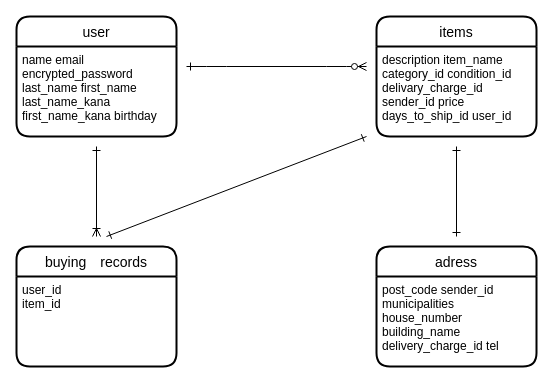
The draw.io diagram furima.dio in tatsuro0329/furima-39634, before the edit. Source tidied: cells renumbered, new cells numbered last; positions are measured from the earlier drawing's top-left corner, leaving out a move shared by most shapes. Both pictures are drawn from the tidied source at 100%, with x=0, y=0 at pixel (16, 16).
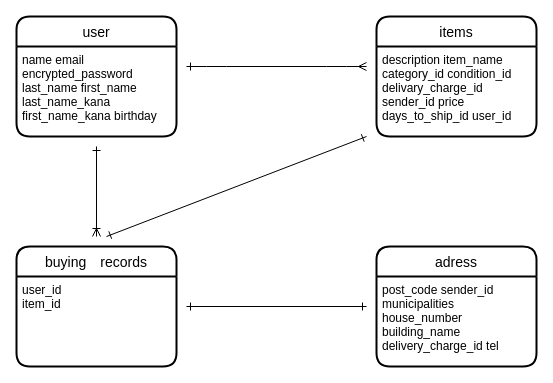
The same page after the edit.

The edit, as a diff of the source:
```diff
@@
 <mxGraphModel>
   <root>
     <mxCell id="0" />
     <mxCell id="1" parent="0" />
     <mxCell id="2" value="user" style="swimlane;horizontal=1;startSize=30;rounded=1;fontSize=14;fontStyle=0;strokeWidth=2;shadow=0;dashed=0;align=center;" parent="1" vertex="1">
       <mxGeometry width="160" height="120" as="geometry" />
     </mxCell>
     <mxCell id="3" value="name email&#10;encrypted_password&#10;last_name first_name&#10;last_name_kana&#10;first_name_kana birthday" style="align=left;strokeColor=none;fillColor=none;spacingLeft=4;fontSize=12;verticalAlign=top;" parent="2" vertex="1">
       <mxGeometry y="30" width="160" height="90" as="geometry" />
     </mxCell>
     <mxCell id="4" value="items" style="swimlane;horizontal=1;startSize=30;rounded=1;fontSize=14;fontStyle=0;strokeWidth=2;shadow=0;dashed=0;align=center;" parent="1" vertex="1">
       <mxGeometry x="360" width="160" height="120" as="geometry" />
     </mxCell>
     <mxCell id="5" value="description item_name&#10;category_id condition_id&#10;delivary_charge_id&#10;sender_id price&#10;days_to_ship_id user_id" style="align=left;strokeColor=none;fillColor=none;spacingLeft=4;fontSize=12;verticalAlign=top;" parent="4" vertex="1">
       <mxGeometry y="30" width="160" height="90" as="geometry" />
     </mxCell>
     <mxCell id="6" value="buying　records" style="swimlane;horizontal=1;startSize=30;rounded=1;fontSize=14;fontStyle=0;strokeWidth=2;shadow=0;dashed=0;align=center;" parent="1" vertex="1">
       <mxGeometry y="230" width="160" height="120" as="geometry" />
     </mxCell>
     <mxCell id="7" value="user_id&#10;item_id" style="align=left;strokeColor=none;fillColor=none;spacingLeft=4;fontSize=12;verticalAlign=top;" parent="6" vertex="1">
       <mxGeometry y="30" width="160" height="90" as="geometry" />
     </mxCell>
-    <mxCell id="8" style="edgeStyle=entityRelationEdgeStyle;fontSize=12;html=1;endArrow=ERzeroToMany;endFill=1;startArrow=ERone;startFill=0;" parent="1" edge="1">
+    <mxCell id="8" style="edgeStyle=entityRelationEdgeStyle;fontSize=12;html=1;endArrow=ERmany;endFill=0;startArrow=ERone;startFill=0;" parent="1" edge="1">
       <mxGeometry relative="1" as="geometry">
         <mxPoint x="170" y="50" as="sourcePoint" />
         <mxPoint x="350" y="50" as="targetPoint" />
       </mxGeometry>
     </mxCell>
     <mxCell id="9" style="fontSize=12;html=1;endArrow=ERone;startArrow=ERone;startFill=0;endFill=0;" parent="1" edge="1">
       <mxGeometry relative="1" as="geometry">
         <mxPoint x="350" y="120" as="sourcePoint" />
         <mxPoint x="90" y="220" as="targetPoint" />
       </mxGeometry>
     </mxCell>
     <mxCell id="10" style="fontSize=12;html=1;endArrow=ERone;startArrow=ERoneToMany;startFill=0;endFill=0;" parent="1" edge="1">
       <mxGeometry relative="1" as="geometry">
         <mxPoint x="80" y="220" as="sourcePoint" />
         <mxPoint x="80" y="130" as="targetPoint" />
       </mxGeometry>
     </mxCell>
     <mxCell id="11" value="adress" style="swimlane;horizontal=1;startSize=30;rounded=1;fontSize=14;fontStyle=0;strokeWidth=2;shadow=0;dashed=0;align=center;" parent="1" vertex="1">
       <mxGeometry x="360" y="230" width="160" height="120" as="geometry" />
     </mxCell>
     <mxCell id="12" value="post_code sender_id&#10;municipalities&#10;house_number&#10;building_name&#10;delivery_charge_id tel" style="align=left;strokeColor=none;fillColor=none;spacingLeft=4;fontSize=12;verticalAlign=top;" parent="11" vertex="1">
       <mxGeometry y="30" width="160" height="90" as="geometry" />
     </mxCell>
-    <mxCell id="13" style="fontSize=12;html=1;endArrow=ERone;strokeColor=default;endFill=0;startArrow=ERone;startFill=0;" parent="1" edge="1">
-      <mxGeometry relative="1" as="geometry">
-        <mxPoint x="440" y="130" as="sourcePoint" />
-        <mxPoint x="440" y="220" as="targetPoint" />
-      </mxGeometry>
-    </mxCell>
+    <mxCell id="14" style="fontSize=12;html=1;endArrow=ERone;endFill=1;startArrow=ERone;startFill=0;" parent="1" edge="1">
+      <mxGeometry relative="1" as="geometry">
+        <mxPoint x="170" y="290" as="sourcePoint" />
+        <mxPoint x="350" y="290" as="targetPoint" />
+      </mxGeometry>
+    </mxCell>
   </root>
 </mxGraphModel>
```
